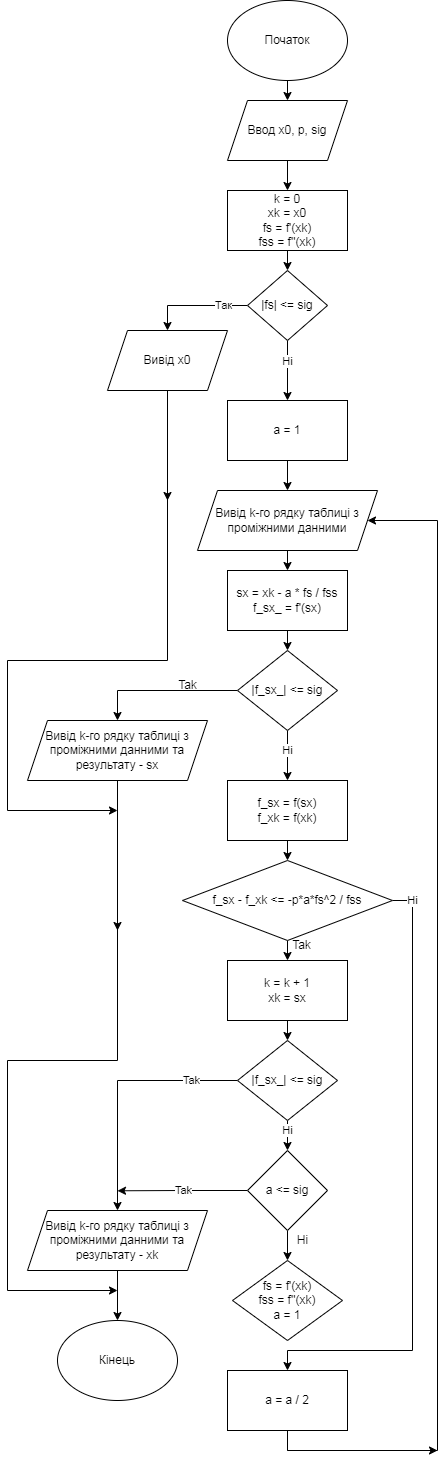
firebenderyt123/obbchisluvalni-methody keeps this draw.io diagram as lab8/lab8.drawio.png. Above is the earlier version. Source tidied: cells renumbered, new cells last; positions are measured from the earlier drawing's top-left corner, leaving out a move shared by most shapes.
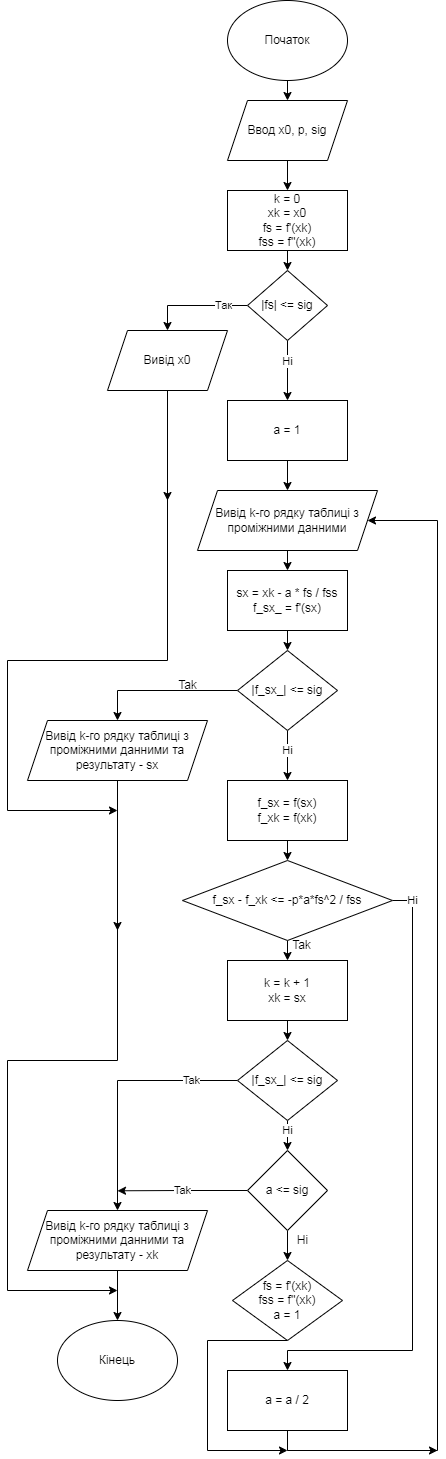
After the change.

Change to the diagram source:
```diff
@@ -171,6 +171,15 @@
     <mxCell id="47" value="a &amp;lt;= sig" style="rhombus;whiteSpace=wrap;html=1;" parent="1" vertex="1">
       <mxGeometry x="240" y="1150" width="80" height="80" as="geometry" />
     </mxCell>
+    <mxCell id="56" style="edgeStyle=orthogonalEdgeStyle;rounded=0;jettySize=auto;html=1;exitX=0.5;exitY=1;exitDx=0;exitDy=0;" parent="1" edge="1" source="48">
+      <mxGeometry relative="1" as="geometry">
+        <mxPoint x="280" y="1450" as="targetPoint" />
+        <Array as="points">
+          <mxPoint x="200" y="1340" />
+          <mxPoint x="200" y="1450" />
+        </Array>
+      </mxGeometry>
+    </mxCell>
     <mxCell id="48" value="fs = f'(xk)&lt;br&gt;fss = f''(xk)&lt;br&gt;a = 1" style="rhombus;whiteSpace=wrap;html=1;" parent="1" vertex="1">
       <mxGeometry x="225" y="1260" width="110" height="80" as="geometry" />
     </mxCell>
```
